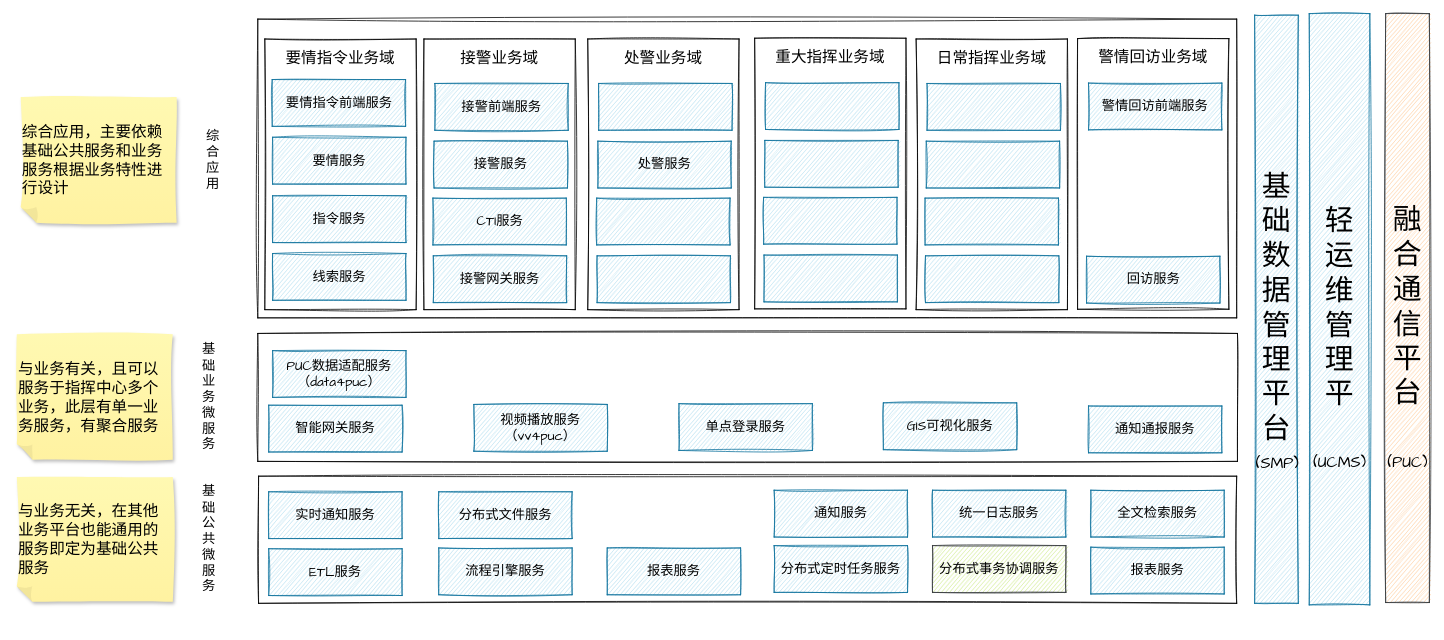
chensiyu123456/drawio-files keeps this draw.io diagram as page "服务分层分域结构图" (2 of 2) of 基于云平台的微服务架构.drawio. Above is the earlier version. Source tidied: cells renumbered, new cells numbered last; positions are measured from the earlier drawing's top-left corner, leaving out a move shared by most shapes. Both pictures are drawn from the tidied source at 78%, with x=0, y=0 at pixel (16, 13).
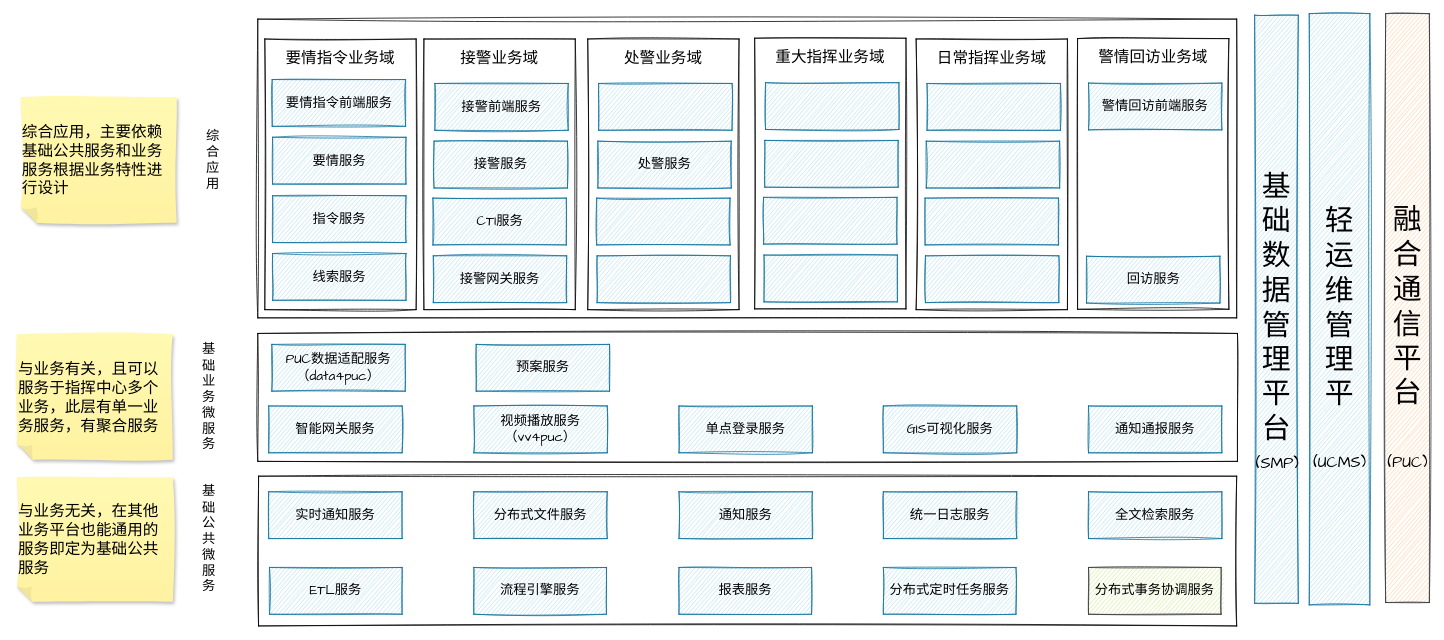
Above is the later version.

Commit message (it also covers changes not shown here):
更新基于云平台的微服务架构.drawio

Change to the diagram source:
```diff
@@
     <mxCell id="2" style="rounded=0;whiteSpace=wrap;html=1;sketch=1;hachureGap=4;fontFamily=Architects Daughter;fontSize=17;fontColor=#000000;" parent="1" vertex="1">
-      <mxGeometry x="310" y="593" width="1254" height="163" as="geometry" />
+      <mxGeometry x="310" y="593" width="1254" height="192" as="geometry" />
     </mxCell>
@@
     <mxCell id="5" value="分布式文件服务" style="rounded=0;whiteSpace=wrap;html=1;sketch=1;hachureGap=4;fontFamily=Architects Daughter;fontSize=17;fillColor=#b1ddf0;strokeColor=#10739e;" parent="1" vertex="1">
-      <mxGeometry x="541" y="613" width="171" height="60" as="geometry" />
+      <mxGeometry x="586" y="613" width="171" height="60" as="geometry" />
     </mxCell>
     <mxCell id="6" value="通知服务" style="rounded=0;whiteSpace=wrap;html=1;sketch=1;hachureGap=4;fontFamily=Architects Daughter;fontSize=17;fillColor=#b1ddf0;strokeColor=#10739e;" parent="1" vertex="1">
-      <mxGeometry x="971" y="611" width="171" height="60" as="geometry" />
+      <mxGeometry x="849" y="613" width="171" height="60" as="geometry" />
     </mxCell>
@@
     <mxCell id="9" value="GIS可视化服务" style="rounded=0;whiteSpace=wrap;html=1;sketch=1;hachureGap=4;fontFamily=Architects Daughter;fontSize=17;fillColor=#b1ddf0;strokeColor=#10739e;" parent="1" vertex="1">
-      <mxGeometry x="1111" y="499" width="171" height="60" as="geometry" />
+      <mxGeometry x="1111" y="503" width="171" height="60" as="geometry" />
     </mxCell>
@@
     <mxCell id="11" value="统一日志服务" style="rounded=0;whiteSpace=wrap;html=1;sketch=1;hachureGap=4;fontFamily=Architects Daughter;fontSize=17;fillColor=#b1ddf0;strokeColor=#10739e;" parent="1" vertex="1">
-      <mxGeometry x="1174" y="611" width="171" height="60" as="geometry" />
+      <mxGeometry x="1111" y="613" width="171" height="60" as="geometry" />
     </mxCell>
     <mxCell id="12" value="全文检索服务" style="rounded=0;whiteSpace=wrap;html=1;sketch=1;hachureGap=4;fontFamily=Architects Daughter;fontSize=17;fillColor=#b1ddf0;strokeColor=#10739e;" parent="1" vertex="1">
-      <mxGeometry x="1377" y="611" width="171" height="60" as="geometry" />
+      <mxGeometry x="1374" y="613" width="171" height="60" as="geometry" />
     </mxCell>
@@
     <mxCell id="16" value="ETL服务" style="rounded=0;whiteSpace=wrap;html=1;sketch=1;hachureGap=4;fontFamily=Architects Daughter;fontSize=17;fillColor=#b1ddf0;strokeColor=#10739e;" parent="1" vertex="1">
-      <mxGeometry x="323" y="686" width="171" height="60" as="geometry" />
+      <mxGeometry x="324" y="710" width="170" height="60" as="geometry" />
     </mxCell>
     <mxCell id="17" value="智能网关服务" style="rounded=0;whiteSpace=wrap;html=1;sketch=1;hachureGap=4;fontFamily=Architects Daughter;fontSize=17;fillColor=#b1ddf0;strokeColor=#10739e;" parent="1" vertex="1">
-      <mxGeometry x="323" y="502" width="171" height="60" as="geometry" />
+      <mxGeometry x="323" y="503" width="171" height="60" as="geometry" />
     </mxCell>
@@
     <mxCell id="21" value="流程引擎服务" style="rounded=0;whiteSpace=wrap;html=1;sketch=1;hachureGap=4;fontFamily=Architects Daughter;fontSize=17;fillColor=#b1ddf0;strokeColor=#10739e;" parent="1" vertex="1">
-      <mxGeometry x="541" y="685" width="171" height="60" as="geometry" />
+      <mxGeometry x="586" y="710" width="170" height="60" as="geometry" />
     </mxCell>
     <mxCell id="22" value="单点登录服务" style="rounded=0;whiteSpace=wrap;html=1;sketch=1;hachureGap=4;fontFamily=Architects Daughter;fontSize=17;fillColor=#b1ddf0;strokeColor=#10739e;" parent="1" vertex="1">
-      <mxGeometry x="849" y="500" width="171" height="60" as="geometry" />
+      <mxGeometry x="849" y="503" width="171" height="60" as="geometry" />
     </mxCell>
@@
     <mxCell id="28" value="报表服务" style="rounded=0;whiteSpace=wrap;html=1;sketch=1;hachureGap=4;fontFamily=Architects Daughter;fontSize=17;fillColor=#b1ddf0;strokeColor=#10739e;" parent="1" vertex="1">
-      <mxGeometry x="757" y="685" width="171" height="60" as="geometry" />
+      <mxGeometry x="849" y="710" width="170" height="60" as="geometry" />
     </mxCell>
     <mxCell id="29" value="分布式定时任务服务" style="rounded=0;whiteSpace=wrap;html=1;sketch=1;hachureGap=4;fontFamily=Architects Daughter;fontSize=17;fillColor=#b1ddf0;strokeColor=#10739e;" parent="1" vertex="1">
-      <mxGeometry x="971" y="682" width="171" height="60" as="geometry" />
+      <mxGeometry x="1111" y="710" width="170" height="60" as="geometry" />
     </mxCell>
     <mxCell id="30" value="分布式事务协调服务" style="rounded=0;whiteSpace=wrap;html=1;sketch=1;hachureGap=4;fontFamily=Architects Daughter;fontSize=17;fillColor=#cdeb8b;strokeColor=#36393d;" parent="1" vertex="1">
-      <mxGeometry x="1174" y="682" width="171" height="60" as="geometry" />
+      <mxGeometry x="1374" y="710" width="170" height="60" as="geometry" />
     </mxCell>
-    <mxCell id="31" value="报表服务" style="rounded=0;whiteSpace=wrap;html=1;sketch=1;hachureGap=4;fontFamily=Architects Daughter;fontSize=17;fillColor=#b1ddf0;strokeColor=#10739e;" parent="1" vertex="1">
-      <mxGeometry x="1377" y="684" width="171" height="60" as="geometry" />
-    </mxCell>
@@
     <mxCell id="39" value="视频播放服务&lt;br&gt;（vv4puc）" style="rounded=0;whiteSpace=wrap;html=1;sketch=1;hachureGap=4;fontFamily=Architects Daughter;fontSize=17;fillColor=#b1ddf0;strokeColor=#10739e;" parent="1" vertex="1">
-      <mxGeometry x="586" y="501" width="171" height="60" as="geometry" />
+      <mxGeometry x="586" y="503" width="171" height="60" as="geometry" />
     </mxCell>
@@
     <mxCell id="68" value="PUC数据适配服务&lt;br&gt;（data4puc）" style="rounded=0;whiteSpace=wrap;html=1;sketch=1;hachureGap=4;fontFamily=Architects Daughter;fontSize=17;fillColor=#b1ddf0;strokeColor=#10739e;" parent="1" vertex="1">
-      <mxGeometry x="328" y="432" width="171" height="60" as="geometry" />
+      <mxGeometry x="327" y="424" width="171" height="60" as="geometry" />
     </mxCell>
@@
+    <mxCell id="75" value="预案服务" style="rounded=0;whiteSpace=wrap;html=1;sketch=1;hachureGap=4;fontFamily=Architects Daughter;fontSize=17;fillColor=#b1ddf0;strokeColor=#10739e;" parent="1" vertex="1">
+      <mxGeometry x="589" y="424" width="171" height="60" as="geometry" />
+    </mxCell>
```
